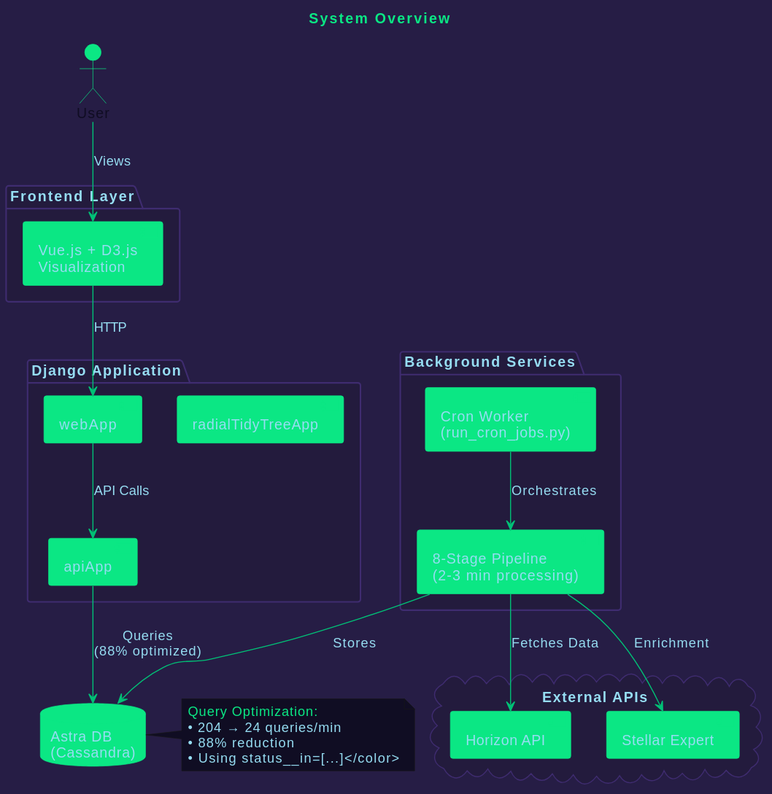
Above: diagrams/01_system_overview.svg in areveur51/StellarMapWeb (PlantUML), before the change.
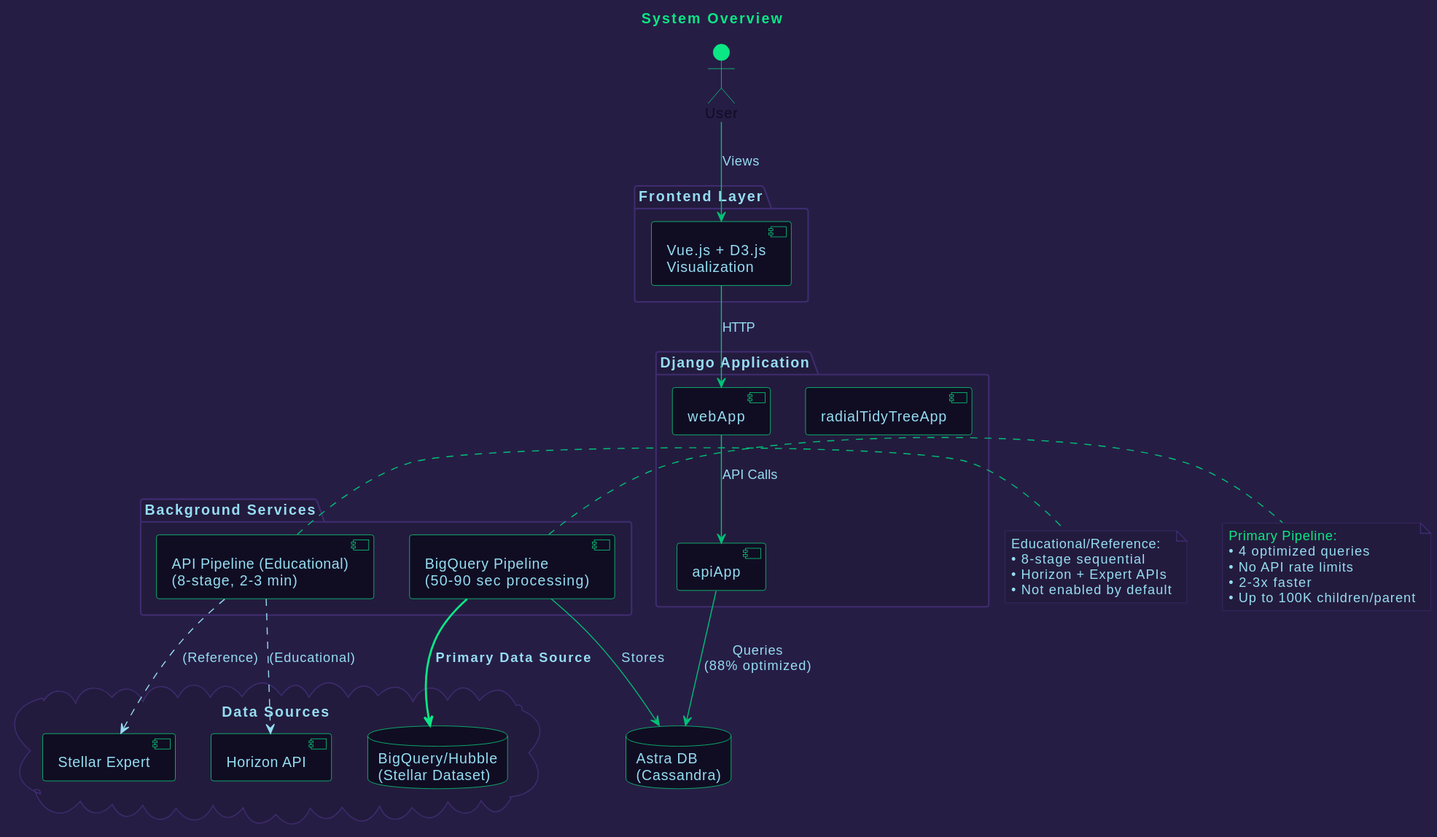
After the change.

The edit, as a diff of the source:
```diff
@@ -10,13 +10,13 @@
 }
 
 skinparam cloud {
-  BackgroundColor #231B3D
+  BackgroundColor #100D23
   BorderColor #0BE784
   FontColor #96DDF2
 }
 
 skinparam database {
-  BackgroundColor #032314
+  BackgroundColor #100D23
   BorderColor #0BE784
   FontColor #96DDF2
 }
@@ -33,45 +33,60 @@
   FontColor #100D23
 }
 
-title <color:#0BE784>System Overview</color>
+skinparam note {
+  BackgroundColor #231B3D
+  BorderColor #3f2c70
+  FontColor #96DDF2
+}
+
+title <color:#0BE784>System Overview
 
 actor User #0BE784
 
 package "Frontend Layer" #231B3D {
-  component "Vue.js + D3.js\nVisualization" as Frontend #0BE784
+  component "Vue.js + D3.js\nVisualization" as Frontend
 }
 
 package "Django Application" #231B3D {
-  component "webApp" as WebApp #0BE784
-  component "apiApp" as ApiApp #0BE784
-  component "radialTidyTreeApp" as RadialApp #0BE784
+  component "webApp" as WebApp
+  component "apiApp" as ApiApp
+  component "radialTidyTreeApp" as RadialApp
 }
 
 package "Background Services" #231B3D {
-  component "Cron Worker\n(run_cron_jobs.py)" as CronWorker #0BE784
-  component "8-Stage Pipeline\n(2-3 min processing)" as Pipeline #0BE784
+  component "BigQuery Pipeline\n(50-90 sec processing)" as BQPipeline
+  component "API Pipeline (Educational)\n(8-stage, 2-3 min)" as APIPipeline
 }
 
-cloud "External APIs" #231B3D {
-  component "Horizon API" as Horizon #0BE784
-  component "Stellar Expert" as Expert #0BE784
+cloud "Data Sources" #231B3D {
+  database "BigQuery/Hubble\n(Stellar Dataset)" as BigQuery
+  component "Horizon API" as Horizon
+  component "Stellar Expert" as Expert
 }
 
-database "Astra DB\n(Cassandra)" as DB #0BE784
+database "Astra DB\n(Cassandra)" as DB
 
 User -[#01C176]-> Frontend : "Views"
 Frontend -[#01C176]-> WebApp : "HTTP"
 WebApp -[#01C176]-> ApiApp : "API Calls"
 ApiApp -[#01C176]-> DB : "Queries\n(88% optimized)"
-CronWorker -[#01C176]-> Pipeline : "Orchestrates"
-Pipeline -[#01C176]-> Horizon : "Fetches Data"
-Pipeline -[#01C176]-> Expert : "Enrichment"
-Pipeline -[#01C176]-> DB : "Stores"
+BQPipeline -[#0BE784,bold]-> BigQuery : "<b>Primary Data Source"
+BQPipeline -[#01C176]-> DB : "Stores"
+APIPipeline -[#96DDF2,dashed]-> Horizon : "(Educational)"
+APIPipeline -[#96DDF2,dashed]-> Expert : "(Reference)"
 
-note right of DB #100D23
-  <color:#0BE784>Query Optimization:</color>
-  <color:#96DDF2>• 204 → 24 queries/min
-  • 88% reduction
-  • Using status__in=[...]</color>
+note right of BQPipeline #231B3D
+  <color:#0BE784>Primary Pipeline:
+  <color:#96DDF2>• 4 optimized queries
+  <color:#96DDF2>• No API rate limits
+  <color:#96DDF2>• 2-3x faster
+  <color:#96DDF2>• Up to 100K children/parent
+end note
+
+note right of APIPipeline #231B3D
+  <color:#96DDF2>Educational/Reference:
+  <color:#96DDF2>• 8-stage sequential
+  <color:#96DDF2>• Horizon + Expert APIs
+  <color:#96DDF2>• Not enabled by default
 end note
 @enduml
```
